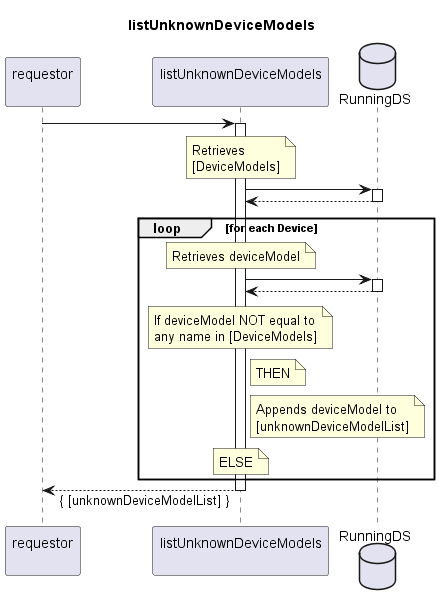
The PlantUML diagram spec/Services/listUnknownDeviceModels/1.0.0/listUnknownDeviceModels.png in openBackhaul/FirmWareManager, before a commit.
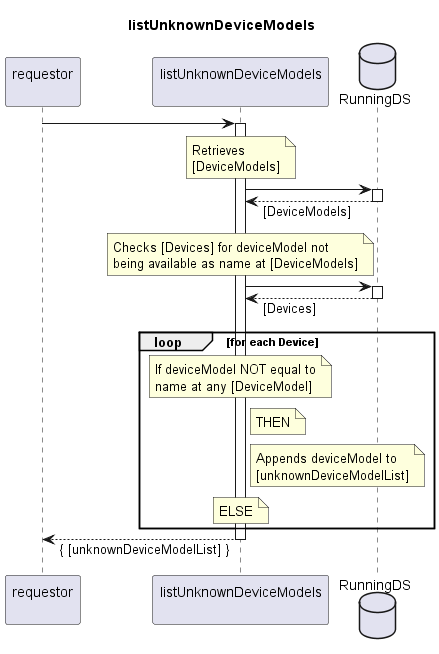
The same diagram one commit later.

Change to the diagram source:
```diff
@@ -18,19 +18,21 @@
   end note
   indServ -> RunDS
   activate RunDS
-  indServ <-- RunDS
+  indServ <-- RunDS: [DeviceModels]
+  deactivate RunDS
+
+  note over indServ
+    Checks [Devices] for deviceModel not
+    being available as name at [DeviceModels]
+  end note
+  indServ -> RunDS
+  activate RunDS
+  indServ <-- RunDS: [Devices]
   deactivate RunDS
   loop for each Device
     note over indServ
-      Retrieves deviceModel
-    end note
-    indServ -> RunDS
-    activate RunDS
-    indServ <-- RunDS
-    deactivate RunDS
-    note over indServ
       If deviceModel NOT equal to
-      any name in [DeviceModels]
+      name at any [DeviceModel]
     end note
     note right indServ
       THEN
```
